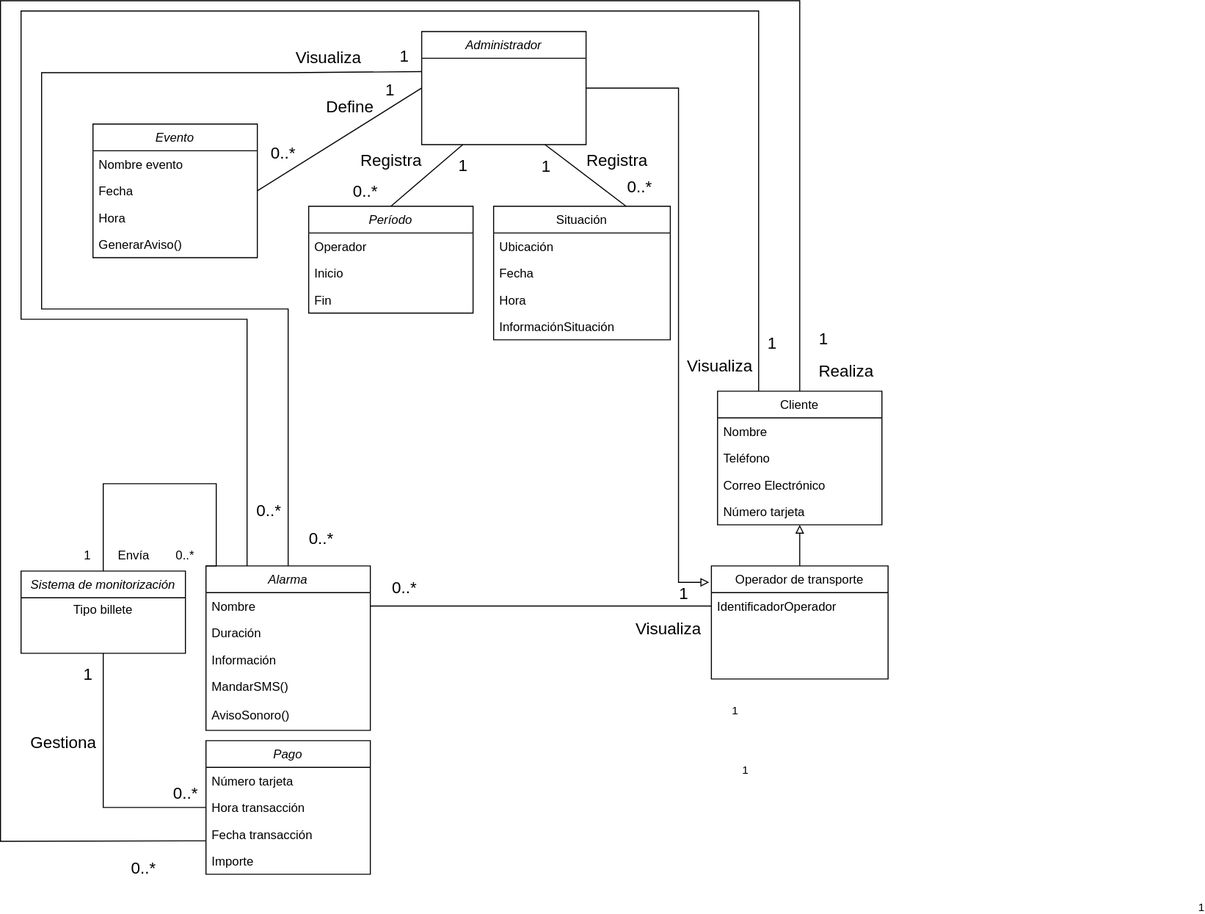
Before: Proyecto/svgs/DiagramaSMET.drawio (1).svg, a diagram exported from draw.io (javimlopez/INRE-UAL-Azul-2022). Source tidied: cells renumbered, new cells last; positions are measured from the earlier drawing's top-left corner, leaving out a move shared by most shapes.
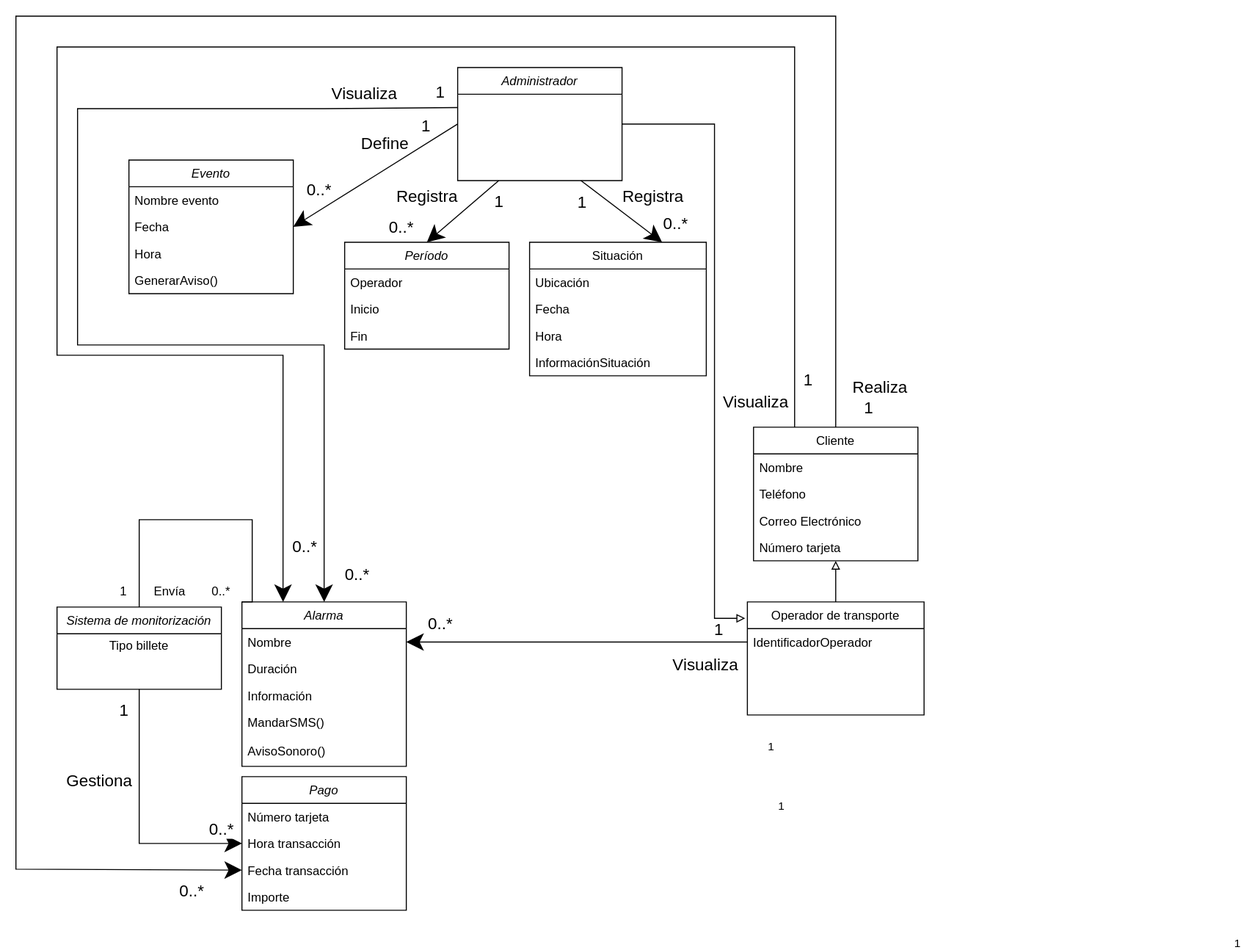
Above is the later version.

What changed in the source:
```diff
@@ -10,10 +10,10 @@
         </Array>
       </mxGeometry>
     </mxCell>
-    <mxCell id="3" style="edgeStyle=none;rounded=0;jettySize=auto;html=1;exitX=0.25;exitY=1;exitDx=0;exitDy=0;entryX=0.5;entryY=0;entryDx=0;entryDy=0;fontSize=12;endArrow=none;endFill=0;startSize=14;endSize=14;sourcePerimeterSpacing=8;targetPerimeterSpacing=8;" parent="1" edge="1" source="11" target="20">
+    <mxCell id="3" style="edgeStyle=none;rounded=0;jettySize=auto;html=1;exitX=0.25;exitY=1;exitDx=0;exitDy=0;entryX=0.5;entryY=0;entryDx=0;entryDy=0;fontSize=12;endArrow=classic;endFill=1;startSize=14;endSize=14;sourcePerimeterSpacing=8;targetPerimeterSpacing=8;" parent="1" edge="1" source="11" target="20">
       <mxGeometry relative="1" as="geometry" />
     </mxCell>
-    <mxCell id="4" style="edgeStyle=none;rounded=0;jettySize=auto;html=1;exitX=0.75;exitY=1;exitDx=0;exitDy=0;entryX=0.75;entryY=0;entryDx=0;entryDy=0;fontSize=12;endArrow=none;endFill=0;startSize=14;endSize=14;sourcePerimeterSpacing=8;targetPerimeterSpacing=8;" parent="1" edge="1" source="11" target="26">
+    <mxCell id="4" style="edgeStyle=none;rounded=0;jettySize=auto;html=1;exitX=0.75;exitY=1;exitDx=0;exitDy=0;entryX=0.75;entryY=0;entryDx=0;entryDy=0;fontSize=12;endArrow=classic;endFill=1;startSize=14;endSize=14;sourcePerimeterSpacing=8;targetPerimeterSpacing=8;" parent="1" edge="1" source="11" target="26">
       <mxGeometry relative="1" as="geometry" />
     </mxCell>
     <mxCell id="5" value="1" style="edgeLabel;html=1;align=center;verticalAlign=middle;fontSize=16;" parent="4" vertex="1">
@@ -26,7 +26,7 @@
         <mxPoint x="32" y="-4" as="offset" />
       </mxGeometry>
     </mxCell>
-    <mxCell id="7" style="edgeStyle=none;rounded=0;jettySize=auto;html=1;exitX=0;exitY=0.5;exitDx=0;exitDy=0;entryX=1;entryY=0.5;entryDx=0;entryDy=0;fontSize=12;endArrow=none;endFill=0;startSize=14;endSize=14;sourcePerimeterSpacing=8;targetPerimeterSpacing=8;" parent="1" edge="1" source="11" target="50">
+    <mxCell id="7" style="edgeStyle=none;rounded=0;jettySize=auto;html=1;exitX=0;exitY=0.5;exitDx=0;exitDy=0;entryX=1;entryY=0.5;entryDx=0;entryDy=0;fontSize=12;endArrow=classic;endFill=1;startSize=14;endSize=14;sourcePerimeterSpacing=8;targetPerimeterSpacing=8;" parent="1" edge="1" source="11" target="50">
       <mxGeometry relative="1" as="geometry" />
     </mxCell>
     <mxCell id="8" value="1" style="edgeLabel;html=1;align=center;verticalAlign=middle;fontSize=16;" parent="7" vertex="1">
@@ -47,7 +47,7 @@
     <mxCell id="11" value="Administrador" style="swimlane;fontStyle=2;align=center;verticalAlign=top;horizontal=1;startSize=26;rounded=0;shadow=0;strokeWidth=1;" parent="1" vertex="1">
       <mxGeometry x="410" y="30" width="160" height="110" as="geometry" />
     </mxCell>
-    <mxCell id="12" style="edgeStyle=none;rounded=0;jettySize=auto;html=1;exitX=0.25;exitY=0;exitDx=0;exitDy=0;entryX=0.25;entryY=0;entryDx=0;entryDy=0;fontSize=12;endArrow=none;endFill=0;startSize=14;endSize=14;sourcePerimeterSpacing=8;targetPerimeterSpacing=8;" parent="1" edge="1" source="15" target="35">
+    <mxCell id="12" style="edgeStyle=none;rounded=0;jettySize=auto;html=1;exitX=0.25;exitY=0;exitDx=0;exitDy=0;entryX=0.25;entryY=0;entryDx=0;entryDy=0;fontSize=12;endArrow=classic;endFill=1;startSize=14;endSize=14;sourcePerimeterSpacing=8;targetPerimeterSpacing=8;" parent="1" edge="1" source="15" target="35">
       <mxGeometry relative="1" as="geometry">
         <Array as="points">
           <mxPoint x="738" y="10" />
@@ -152,31 +152,6 @@
     <mxCell id="40" value="AvisoSonoro()" style="text;align=left;verticalAlign=top;spacingLeft=4;spacingRight=4;overflow=hidden;" parent="35" vertex="1">
       <mxGeometry y="132" width="160" height="26" as="geometry" />
     </mxCell>
-    <mxCell id="41" style="edgeStyle=none;rounded=0;jettySize=auto;html=1;exitX=0;exitY=0.75;exitDx=0;exitDy=0;entryX=0.5;entryY=0;entryDx=0;entryDy=0;fontSize=12;endArrow=none;endFill=0;startSize=14;endSize=14;sourcePerimeterSpacing=8;targetPerimeterSpacing=8;" parent="1" edge="1" source="45" target="15">
-      <mxGeometry relative="1" as="geometry">
-        <Array as="points">
-          <mxPoint y="818" />
-          <mxPoint />
-          <mxPoint x="390" />
-          <mxPoint x="778" />
-        </Array>
-      </mxGeometry>
-    </mxCell>
-    <mxCell id="42" value="1" style="edgeLabel;html=1;align=center;verticalAlign=middle;fontSize=16;" parent="41" vertex="1">
-      <mxGeometry x="0.82" y="-7" relative="1" as="geometry">
-        <mxPoint x="29" y="141" as="offset" />
-      </mxGeometry>
-    </mxCell>
-    <mxCell id="43" value="0..*" style="edgeLabel;html=1;align=center;verticalAlign=middle;fontSize=16;" parent="41" vertex="1">
-      <mxGeometry x="-0.88" y="1" relative="1" as="geometry">
-        <mxPoint x="67" y="24" as="offset" />
-      </mxGeometry>
-    </mxCell>
-    <mxCell id="44" value="Realiza" style="edgeLabel;html=1;align=center;verticalAlign=middle;fontSize=16;" parent="41" vertex="1">
-      <mxGeometry x="0.86" y="3" relative="1" as="geometry">
-        <mxPoint x="41" y="129" as="offset" />
-      </mxGeometry>
-    </mxCell>
     <mxCell id="45" value="Pago" style="swimlane;fontStyle=2;align=center;verticalAlign=top;horizontal=1;startSize=26;rounded=0;shadow=0;strokeWidth=1;" parent="1" vertex="1">
       <mxGeometry x="200" y="720" width="160" height="130" as="geometry" />
     </mxCell>
@@ -231,7 +206,7 @@
     <mxCell id="60" value="0..*" style="text;html=1;strokeColor=none;fillColor=none;align=center;verticalAlign=middle;whiteSpace=wrap;rounded=0;" parent="1" vertex="1">
       <mxGeometry x="150" y="525" width="60" height="30" as="geometry" />
     </mxCell>
-    <mxCell id="61" style="edgeStyle=none;rounded=0;jettySize=auto;html=1;exitX=0.5;exitY=1;exitDx=0;exitDy=0;entryX=0;entryY=0.5;entryDx=0;entryDy=0;fontSize=12;endArrow=none;startSize=14;endSize=14;sourcePerimeterSpacing=8;targetPerimeterSpacing=8;endFill=0;" parent="1" edge="1" source="56" target="45">
+    <mxCell id="61" style="edgeStyle=none;rounded=0;jettySize=auto;html=1;exitX=0.5;exitY=1;exitDx=0;exitDy=0;entryX=0;entryY=0.5;entryDx=0;entryDy=0;fontSize=12;endArrow=classic;startSize=14;endSize=14;sourcePerimeterSpacing=8;targetPerimeterSpacing=8;endFill=1;" parent="1" edge="1" source="56" target="45">
       <mxGeometry relative="1" as="geometry">
         <Array as="points">
           <mxPoint x="100" y="785" />
@@ -254,7 +229,7 @@
     <mxCell id="65" value="Visualiza" style="text;html=1;align=center;verticalAlign=middle;strokeColor=none;fillColor=none;fontSize=16;" parent="1" vertex="1">
       <mxGeometry x="655" y="340" width="90" height="30" as="geometry" />
     </mxCell>
-    <mxCell id="66" style="edgeStyle=none;rounded=0;jettySize=auto;html=1;exitX=0;exitY=0.5;exitDx=0;exitDy=0;entryX=0.5;entryY=0;entryDx=0;entryDy=0;fontSize=12;endArrow=none;endFill=0;startSize=14;endSize=14;sourcePerimeterSpacing=8;targetPerimeterSpacing=8;" parent="1" edge="1" target="35">
+    <mxCell id="66" style="edgeStyle=none;rounded=0;jettySize=auto;html=1;exitX=0;exitY=0.5;exitDx=0;exitDy=0;entryX=0.5;entryY=0;entryDx=0;entryDy=0;fontSize=12;endArrow=classic;endFill=1;startSize=14;endSize=14;sourcePerimeterSpacing=8;targetPerimeterSpacing=8;" parent="1" edge="1" target="35">
       <mxGeometry relative="1" as="geometry">
         <mxPoint x="410" y="69" as="sourcePoint" />
         <Array as="points">
@@ -280,7 +255,7 @@
         <mxPoint x="41" y="-12" as="offset" />
       </mxGeometry>
     </mxCell>
-    <mxCell id="70" style="edgeStyle=none;rounded=0;jettySize=auto;html=1;exitX=0;exitY=0.5;exitDx=0;exitDy=0;entryX=1;entryY=0.5;entryDx=0;entryDy=0;fontSize=12;endArrow=none;endFill=0;startSize=14;endSize=14;sourcePerimeterSpacing=8;targetPerimeterSpacing=8;" parent="1" edge="1" source="25" target="36">
+    <mxCell id="70" style="edgeStyle=none;rounded=0;jettySize=auto;html=1;exitX=0;exitY=0.5;exitDx=0;exitDy=0;entryX=1;entryY=0.5;entryDx=0;entryDy=0;fontSize=12;endArrow=classic;endFill=1;startSize=14;endSize=14;sourcePerimeterSpacing=8;targetPerimeterSpacing=8;" parent="1" edge="1" source="25" target="36">
       <mxGeometry relative="1" as="geometry" />
     </mxCell>
     <mxCell id="71" value="1" style="edgeLabel;html=1;align=center;verticalAlign=middle;fontSize=16;" parent="70" vertex="1">
@@ -310,5 +285,29 @@
     <mxCell id="77" value="Registra" style="text;html=1;align=center;verticalAlign=middle;strokeColor=none;fillColor=none;fontSize=16;" parent="1" vertex="1">
       <mxGeometry x="560" y="140" width="80" height="30" as="geometry" />
     </mxCell>
+    <mxCell id="41" style="edgeStyle=none;rounded=0;jettySize=auto;html=1;exitX=0.5;exitY=0;exitDx=0;exitDy=0;entryX=0;entryY=0.5;entryDx=0;entryDy=0;fontSize=12;endArrow=classic;endFill=1;startSize=14;endSize=14;sourcePerimeterSpacing=8;targetPerimeterSpacing=8;" parent="1" edge="1" source="15" target="48">
+      <mxGeometry relative="1" as="geometry">
+        <Array as="points">
+          <mxPoint x="778" y="-20" />
+          <mxPoint x="-20" y="-20" />
+          <mxPoint x="-20" y="810" />
+        </Array>
+      </mxGeometry>
+    </mxCell>
+    <mxCell id="42" value="1" style="edgeLabel;html=1;align=center;verticalAlign=middle;fontSize=16;" parent="41" vertex="1">
+      <mxGeometry x="0.82" y="-7" relative="1" as="geometry">
+        <mxPoint x="809" y="-457" as="offset" />
+      </mxGeometry>
+    </mxCell>
+    <mxCell id="43" value="0..*" style="edgeLabel;html=1;align=center;verticalAlign=middle;fontSize=16;" parent="41" vertex="1">
+      <mxGeometry x="-0.88" y="1" relative="1" as="geometry">
+        <mxPoint x="-627" y="583" as="offset" />
+      </mxGeometry>
+    </mxCell>
+    <mxCell id="44" value="Realiza" style="edgeLabel;html=1;align=center;verticalAlign=middle;fontSize=16;" parent="41" vertex="1">
+      <mxGeometry x="0.86" y="3" relative="1" as="geometry">
+        <mxPoint x="775" y="-467" as="offset" />
+      </mxGeometry>
+    </mxCell>
   </root>
 </mxGraphModel>
```
